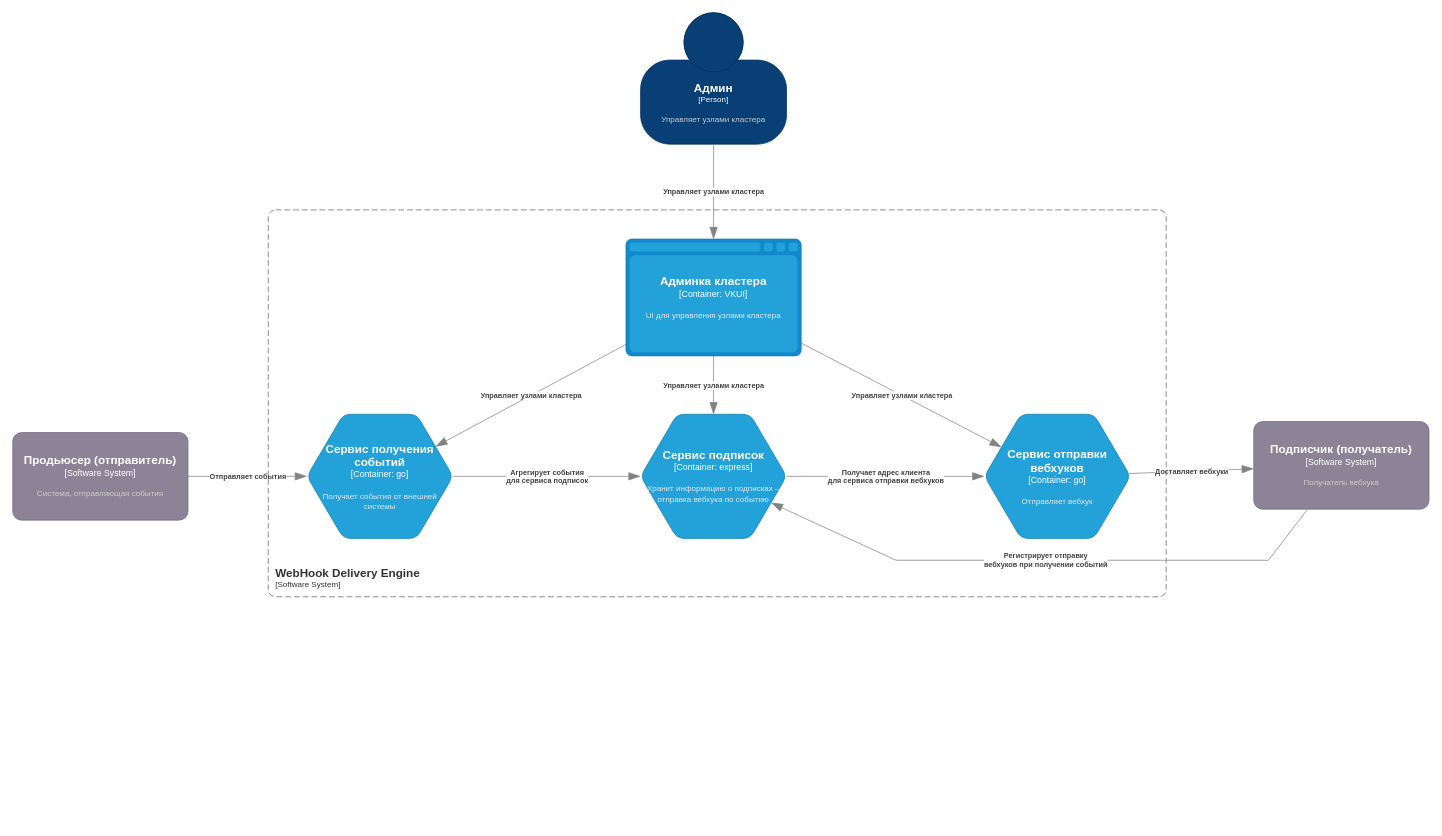
This is docs/resources/c4-container.drawio from dws-1-2026-green/wiki, a draw.io file, before an edit. Source tidied: cells renumbered, new cells numbered last; positions are measured from the earlier drawing's top-left corner, leaving out a move shared by most shapes. Both pictures are drawn from the tidied source at 73%, with x=0, y=0 at pixel (12, 12).
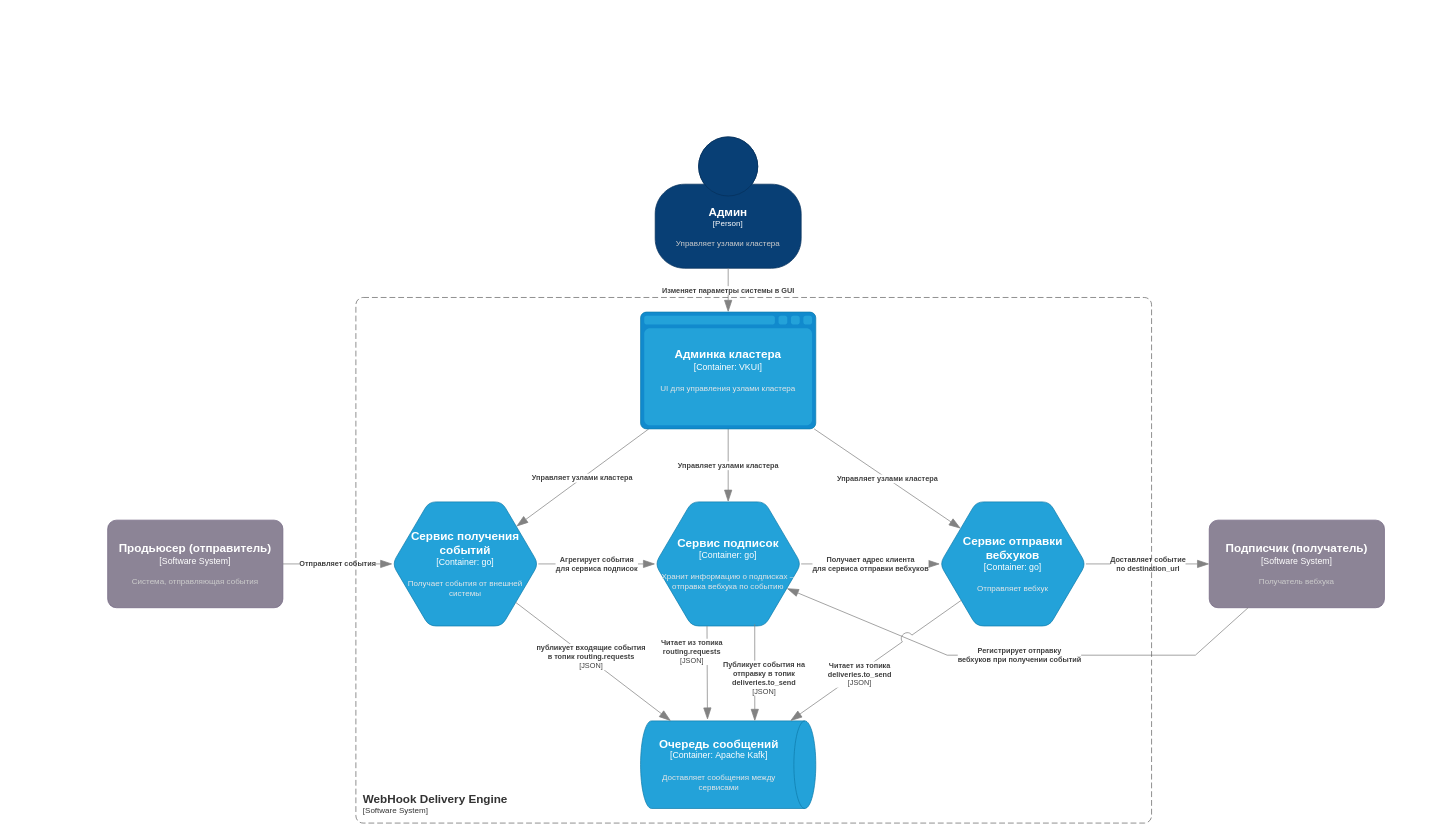
Above is the later version.

Commit message:
Update c4-container add Kafka

Change to the diagram source:
```diff
@@
     <object id="2" label="&lt;font style=&quot;font-size: 16px&quot;&gt;&lt;b&gt;%c4Name%&lt;/b&gt;&lt;/font&gt;&lt;div&gt;[%c4Type%]&lt;/div&gt;&lt;br&gt;&lt;div&gt;&lt;font style=&quot;font-size: 11px&quot;&gt;&lt;font color=&quot;#cccccc&quot;&gt;%c4Description%&lt;/font&gt;&lt;/div&gt;" c4Description="Управляет узлами кластера" c4Name="Админ" c4Type="Person" placeholders="1">
       <mxCell style="html=1;fontSize=11;dashed=0;whiteSpace=wrap;fillColor=#083F75;strokeColor=#06315C;fontColor=#ffffff;shape=mxgraph.c4.person2;align=center;points=[[0.5,0,0],[1,0.5,0],[1,0.75,0],[0.75,1,0],[0.5,1,0],[0.25,1,0],[0,0.75,0],[0,0.5,0]];" parent="1" vertex="1">
-        <mxGeometry x="860" width="200" height="180" as="geometry" />
+        <mxGeometry x="880" y="170" width="200" height="180" as="geometry" />
       </mxCell>
     </object>
     <object id="3" label="&lt;font style=&quot;font-size: 16px&quot;&gt;&lt;b&gt;%c4Name%&lt;/b&gt;&lt;/font&gt;&lt;div&gt;[%c4Type%]&lt;/div&gt;&lt;br&gt;&lt;div&gt;&lt;font style=&quot;font-size: 11px&quot;&gt;&lt;font color=&quot;#cccccc&quot;&gt;%c4Description%&lt;/font&gt;&lt;/div&gt;" c4Description="Система, отправляющая события" c4Name="Продьюсер (отправитель)" c4Type="Software System" placeholders="1">
       <mxCell style="rounded=1;whiteSpace=wrap;html=1;labelBackgroundColor=none;fillColor=#8C8496;fontColor=#ffffff;align=center;arcSize=10;strokeColor=#736782;points=[[0.25,0,0],[0.5,0,0],[0.75,0,0],[1,0.25,0],[1,0.5,0],[1,0.75,0],[0.75,1,0],[0.5,1,0],[0.25,1,0],[0,0.75,0],[0,0.5,0],[0,0.25,0]];" parent="1" vertex="1">
-        <mxGeometry y="575" width="240" height="120" as="geometry" />
+        <mxGeometry x="130" y="695" width="240" height="120" as="geometry" />
       </mxCell>
     </object>
     <object id="4" label="&lt;font style=&quot;font-size: 16px&quot;&gt;&lt;b&gt;%c4Name%&lt;/b&gt;&lt;/font&gt;&lt;div&gt;[%c4Type%]&lt;/div&gt;&lt;br&gt;&lt;div&gt;&lt;font style=&quot;font-size: 11px&quot;&gt;&lt;font color=&quot;#cccccc&quot;&gt;%c4Description%&lt;/font&gt;&lt;/div&gt;" c4Description="Получатель вебхука" c4Name="Подписчик (получатель)" c4Type="Software System" placeholders="1">
       <mxCell style="rounded=1;whiteSpace=wrap;html=1;labelBackgroundColor=none;fillColor=#8C8496;fontColor=#ffffff;align=center;arcSize=10;strokeColor=#736782;points=[[0.25,0,0],[0.5,0,0],[0.75,0,0],[1,0.25,0],[1,0.5,0],[1,0.75,0],[0.75,1,0],[0.5,1,0],[0.25,1,0],[0,0.75,0],[0,0.5,0],[0,0.25,0]];" parent="1" vertex="1">
-        <mxGeometry x="1700" y="560" width="240" height="120" as="geometry" />
+        <mxGeometry x="1639" y="695" width="240" height="120" as="geometry" />
       </mxCell>
     </object>
@@
-    <object id="6" label="&lt;div style=&quot;text-align: left&quot;&gt;&lt;div style=&quot;text-align: center&quot;&gt;&lt;b&gt;%c4Description%&lt;/b&gt;&lt;/div&gt;" c4Description="Доставляет вебхуки" placeholders="1">
+    <object id="6" label="&lt;div style=&quot;text-align: left&quot;&gt;&lt;div style=&quot;text-align: center&quot;&gt;&lt;b&gt;%c4Description%&lt;/b&gt;&lt;/div&gt;" c4Description="Доставляет событие&#10;по destination_url" placeholders="1">
       <mxCell style="endArrow=blockThin;html=1;fontSize=10;fontColor=#404040;strokeWidth=1;endFill=1;strokeColor=#828282;elbow=vertical;endSize=14;startSize=14;jumpStyle=arc;jumpSize=16;rounded=0;" parent="1" edge="1" source="18" target="4">
         <mxGeometry relative="1" as="geometry" />
       </mxCell>
     </object>
     <object id="7" label="&lt;div style=&quot;text-align: left&quot;&gt;&lt;div style=&quot;text-align: center&quot;&gt;&lt;b&gt;%c4Description%&lt;/b&gt;&lt;/div&gt;" c4Description="Регистрирует отправку&#10;вебхуков при получении событий" placeholders="1">
       <mxCell style="endArrow=blockThin;html=1;fontSize=10;fontColor=#404040;strokeWidth=1;endFill=1;strokeColor=#828282;elbow=vertical;endSize=14;startSize=14;jumpStyle=arc;jumpSize=16;rounded=0;" parent="1" edge="1" source="4" target="17">
         <mxGeometry relative="1" as="geometry">
           <Array as="points">
-            <mxPoint x="1720" y="750" />
-            <mxPoint x="1210" y="750" />
+            <mxPoint x="1620" y="880" />
+            <mxPoint x="1280" y="880" />
           </Array>
         </mxGeometry>
       </mxCell>
     </object>
-    <object id="8" label="&lt;div style=&quot;text-align: left&quot;&gt;&lt;div style=&quot;text-align: center&quot;&gt;&lt;b&gt;%c4Description%&lt;/b&gt;&lt;/div&gt;" c4Description="Управляет узлами кластера" placeholders="1">
+    <object id="8" label="&lt;div style=&quot;text-align: left&quot;&gt;&lt;div style=&quot;text-align: center&quot;&gt;&lt;b&gt;%c4Description%&lt;/b&gt;&lt;/div&gt;" c4Description="Изменяет параметры системы в GUI" placeholders="1">
       <mxCell style="endArrow=blockThin;html=1;fontSize=10;fontColor=#404040;strokeWidth=1;endFill=1;strokeColor=#828282;elbow=vertical;endSize=14;startSize=14;jumpStyle=arc;jumpSize=16;rounded=0;" parent="1" edge="1" source="2" target="15">
         <mxGeometry relative="1" as="geometry" />
       </mxCell>
     </object>
@@
     <object id="14" label="&lt;font style=&quot;font-size: 16px&quot;&gt;&lt;b&gt;&lt;div style=&quot;text-align: left&quot;&gt;%c4Name%&lt;/div&gt;&lt;/b&gt;&lt;/font&gt;&lt;div style=&quot;text-align: left&quot;&gt;[%c4Application%]&lt;/div&gt;" c4Application="Software System" c4Name="WebHook Delivery Engine" placeholders="1">
       <mxCell style="rounded=1;fontSize=11;whiteSpace=wrap;html=1;dashed=1;arcSize=20;fillColor=none;strokeColor=#666666;fontColor=#333333;labelBackgroundColor=none;align=left;verticalAlign=bottom;labelBorderColor=none;spacingTop=0;spacing=10;dashPattern=8 4;perimeter=rectanglePerimeter;noLabel=0;labelPadding=0;absoluteArcSize=1;" parent="1" vertex="1">
-        <mxGeometry x="350" y="270" width="1230" height="530" as="geometry" />
+        <mxGeometry x="470" y="390" width="1090" height="720" as="geometry" />
       </mxCell>
     </object>
     <object id="15" label="&lt;font style=&quot;font-size: 16px&quot;&gt;&lt;b&gt;%c4Name%&lt;/b&gt;&lt;/font&gt;&lt;div&gt;[%c4Type%:&amp;nbsp;%c4Technology%]&lt;/div&gt;&lt;br&gt;&lt;div&gt;&lt;font style=&quot;font-size: 11px&quot;&gt;&lt;font color=&quot;#E6E6E6&quot;&gt;%c4Description%&lt;/font&gt;&lt;/div&gt;" c4Description="UI для управления узлами кластера" c4Name="Админка кластера" c4Technology="VKUI" c4Type="Container" placeholders="1">
       <mxCell style="shape=mxgraph.c4.webBrowserContainer2;whiteSpace=wrap;html=1;boundedLbl=1;rounded=0;labelBackgroundColor=none;strokeColor=#118ACD;fillColor=#23A2D9;strokeColor=#118ACD;strokeColor2=#0E7DAD;fontSize=12;fontColor=#ffffff;align=center;points=[[0.5,0,0],[1,0.25,0],[1,0.5,0],[1,0.75,0],[0.5,1,0],[0,0.75,0],[0,0.5,0],[0,0.25,0]];" parent="1" vertex="1">
-        <mxGeometry x="840" y="310" width="240" height="160" as="geometry" />
+        <mxGeometry x="860" y="410" width="240" height="160" as="geometry" />
       </mxCell>
     </object>
     <object id="16" label="&lt;font style=&quot;font-size: 16px&quot;&gt;&lt;b&gt;%c4Name%&lt;/b&gt;&lt;/font&gt;&lt;div&gt;[%c4Type%:&amp;nbsp;%c4Technology%]&lt;/div&gt;&lt;br&gt;&lt;div&gt;&lt;font style=&quot;font-size: 11px&quot;&gt;&lt;font color=&quot;#E6E6E6&quot;&gt;%c4Description%&lt;/font&gt;&lt;/div&gt;" c4Description="Получает события от внешней системы" c4Name="Сервис получения событий" c4Technology="go" c4Type="Container" placeholders="1">
       <mxCell style="shape=hexagon;size=50;perimeter=hexagonPerimeter2;whiteSpace=wrap;html=1;fixedSize=1;rounded=1;labelBackgroundColor=none;fillColor=#23A2D9;fontSize=12;fontColor=#ffffff;align=center;strokeColor=#0E7DAD;points=[[0.5,0,0],[1,0.25,0],[1,0.5,0],[1,0.75,0],[0.5,1,0],[0,0.75,0],[0,0.5,0],[0,0.25,0]];" parent="1" vertex="1">
-        <mxGeometry x="403" y="550" width="200" height="170" as="geometry" />
+        <mxGeometry x="520" y="670" width="200" height="170" as="geometry" />
       </mxCell>
     </object>
-    <object id="17" label="&lt;font style=&quot;font-size: 16px&quot;&gt;&lt;b&gt;%c4Name%&lt;/b&gt;&lt;/font&gt;&lt;div&gt;[%c4Type%:&amp;nbsp;%c4Technology%]&lt;/div&gt;&lt;br&gt;&lt;div&gt;&lt;font style=&quot;font-size: 11px&quot;&gt;&lt;font color=&quot;#E6E6E6&quot;&gt;%c4Description%&lt;/font&gt;&lt;/div&gt;" c4Description="Хранит информацию о подписках – отправка вебхука по событию" c4Name="Сервис подписок" c4Technology="express" c4Type="Container" placeholders="1">
+    <object id="17" label="&lt;font style=&quot;font-size: 16px&quot;&gt;&lt;b&gt;%c4Name%&lt;/b&gt;&lt;/font&gt;&lt;div&gt;[%c4Type%:&amp;nbsp;%c4Technology%]&lt;/div&gt;&lt;br&gt;&lt;div&gt;&lt;font style=&quot;font-size: 11px&quot;&gt;&lt;font color=&quot;#E6E6E6&quot;&gt;%c4Description%&lt;/font&gt;&lt;/div&gt;" c4Description="Хранит информацию о подписках – отправка вебхука по событию" c4Name="Сервис подписок" c4Technology="go" c4Type="Container" placeholders="1">
       <mxCell style="shape=hexagon;size=50;perimeter=hexagonPerimeter2;whiteSpace=wrap;html=1;fixedSize=1;rounded=1;labelBackgroundColor=none;fillColor=#23A2D9;fontSize=12;fontColor=#ffffff;align=center;strokeColor=#0E7DAD;points=[[0.5,0,0],[1,0.25,0],[1,0.5,0],[1,0.75,0],[0.5,1,0],[0,0.75,0],[0,0.5,0],[0,0.25,0]];" parent="1" vertex="1">
-        <mxGeometry x="860" y="550" width="200" height="170" as="geometry" />
+        <mxGeometry x="880" y="670" width="200" height="170" as="geometry" />
       </mxCell>
     </object>
     <object id="18" label="&lt;font style=&quot;font-size: 16px&quot;&gt;&lt;b&gt;%c4Name%&lt;/b&gt;&lt;/font&gt;&lt;div&gt;[%c4Type%:&amp;nbsp;%c4Technology%]&lt;/div&gt;&lt;br&gt;&lt;div&gt;&lt;font style=&quot;font-size: 11px&quot;&gt;&lt;font color=&quot;#E6E6E6&quot;&gt;%c4Description%&lt;/font&gt;&lt;/div&gt;" c4Description="Отправляет вебхук " c4Name="Сервис отправки вебхуков" c4Technology="go" c4Type="Container" placeholders="1">
       <mxCell style="shape=hexagon;size=50;perimeter=hexagonPerimeter2;whiteSpace=wrap;html=1;fixedSize=1;rounded=1;labelBackgroundColor=none;fillColor=#23A2D9;fontSize=12;fontColor=#ffffff;align=center;strokeColor=#0E7DAD;points=[[0.5,0,0],[1,0.25,0],[1,0.5,0],[1,0.75,0],[0.5,1,0],[0,0.75,0],[0,0.5,0],[0,0.25,0]];" parent="1" vertex="1">
-        <mxGeometry x="1331" y="550" width="200" height="170" as="geometry" />
+        <mxGeometry x="1270" y="670" width="200" height="170" as="geometry" />
       </mxCell>
     </object>
+    <object id="19" label="&lt;font style=&quot;font-size: 16px&quot;&gt;&lt;b&gt;%c4Name%&lt;/b&gt;&lt;/font&gt;&lt;div&gt;[%c4Type%:&amp;nbsp;%c4Technology%]&lt;/div&gt;&lt;br&gt;&lt;div&gt;&lt;font style=&quot;font-size: 11px&quot;&gt;&lt;font color=&quot;#E6E6E6&quot;&gt;%c4Description%&lt;/font&gt;&lt;/div&gt;" c4Description="Доставляет сообщения между сервисами" c4Name="Очередь сообщений" c4Technology="Apache Kafk" c4Type="Container" placeholders="1">
+      <mxCell style="shape=cylinder3;size=15;direction=south;whiteSpace=wrap;html=1;boundedLbl=1;rounded=0;labelBackgroundColor=none;fillColor=#23A2D9;fontSize=12;fontColor=#ffffff;align=center;strokeColor=#0E7DAD;points=[[0.5,0,0],[1,0.25,0],[1,0.5,0],[1,0.75,0],[0.5,1,0],[0,0.75,0],[0,0.5,0],[0,0.25,0]];" parent="1" vertex="1">
+        <mxGeometry x="860" y="970" width="240" height="120" as="geometry" />
+      </mxCell>
+    </object>
+    <object id="20" label="&lt;div style=&quot;text-align: left&quot;&gt;&lt;div style=&quot;text-align: center&quot;&gt;&lt;b&gt;%c4Description%&lt;/b&gt;&lt;/div&gt;&lt;div style=&quot;text-align: center&quot;&gt;[%c4Technology%]&lt;/div&gt;&lt;/div&gt;" c4Description="Читает из топика&#10;routing.requests" c4Technology="JSON" placeholders="1">
+      <mxCell style="endArrow=blockThin;html=1;fontSize=10;fontColor=#404040;strokeWidth=1;endFill=1;strokeColor=#828282;elbow=vertical;endSize=14;startSize=14;jumpStyle=arc;jumpSize=16;rounded=0;edgeStyle=orthogonalEdgeStyle;exitX=0.355;exitY=1;exitDx=0;exitDy=0;exitPerimeter=0;entryX=-0.014;entryY=0.618;entryDx=0;entryDy=0;entryPerimeter=0;" parent="1" edge="1" source="17" target="19">
+        <mxGeometry x="-0.45" y="-21" relative="1" as="geometry" />
+      </mxCell>
+    </object>
+    <object id="21" label="&lt;div style=&quot;text-align: left&quot;&gt;&lt;div style=&quot;text-align: center&quot;&gt;&lt;b&gt;%c4Description%&lt;/b&gt;&lt;/div&gt;&lt;div style=&quot;text-align: center&quot;&gt;[%c4Technology%]&lt;/div&gt;&lt;/div&gt;" c4Description="Публикует события на&#10;отправку в топик&#10;deliveries.to_send" c4Technology="JSON" placeholders="1">
+      <mxCell style="endArrow=blockThin;html=1;fontSize=10;fontColor=#404040;strokeWidth=1;endFill=1;strokeColor=#828282;elbow=vertical;endSize=14;startSize=14;jumpStyle=arc;jumpSize=16;rounded=0;edgeStyle=orthogonalEdgeStyle;exitX=0.682;exitY=0.985;exitDx=0;exitDy=0;exitPerimeter=0;entryX=0.002;entryY=0.348;entryDx=0;entryDy=0;entryPerimeter=0;" parent="1" edge="1" source="17" target="19">
+        <mxGeometry x="0.11" y="13" relative="1" as="geometry" />
+      </mxCell>
+    </object>
+    <object id="22" label="&lt;div style=&quot;text-align: left&quot;&gt;&lt;div style=&quot;text-align: center&quot;&gt;&lt;b&gt;%c4Description%&lt;/b&gt;&lt;/div&gt;&lt;div style=&quot;text-align: center&quot;&gt;[%c4Technology%]&lt;/div&gt;&lt;/div&gt;" c4Description="публикует входящие события&#10;в топик routing.requests" c4Technology="JSON" placeholders="1">
+      <mxCell style="endArrow=blockThin;html=1;fontSize=10;fontColor=#404040;strokeWidth=1;endFill=1;strokeColor=#828282;elbow=vertical;endSize=14;startSize=14;jumpStyle=arc;jumpSize=16;rounded=0;" parent="1" edge="1" source="16" target="19">
+        <mxGeometry x="-0.05" y="4" relative="1" as="geometry" />
+      </mxCell>
+    </object>
+    <object id="23" label="&lt;div style=&quot;text-align: left&quot;&gt;&lt;div style=&quot;text-align: center&quot;&gt;&lt;b&gt;%c4Description%&lt;/b&gt;&lt;/div&gt;&lt;div style=&quot;text-align: center&quot;&gt;[%c4Technology%]&lt;/div&gt;&lt;/div&gt;" c4Description="Читает из топика&#10;deliveries.to_send" c4Technology="JSON" placeholders="1">
+      <mxCell style="endArrow=blockThin;html=1;fontSize=10;fontColor=#404040;strokeWidth=1;endFill=1;strokeColor=#828282;elbow=vertical;endSize=14;startSize=14;jumpStyle=arc;jumpSize=16;rounded=0;" parent="1" edge="1" source="18" target="19">
+        <mxGeometry x="0.2" y="3" relative="1" as="geometry" />
+      </mxCell>
+    </object>
```
